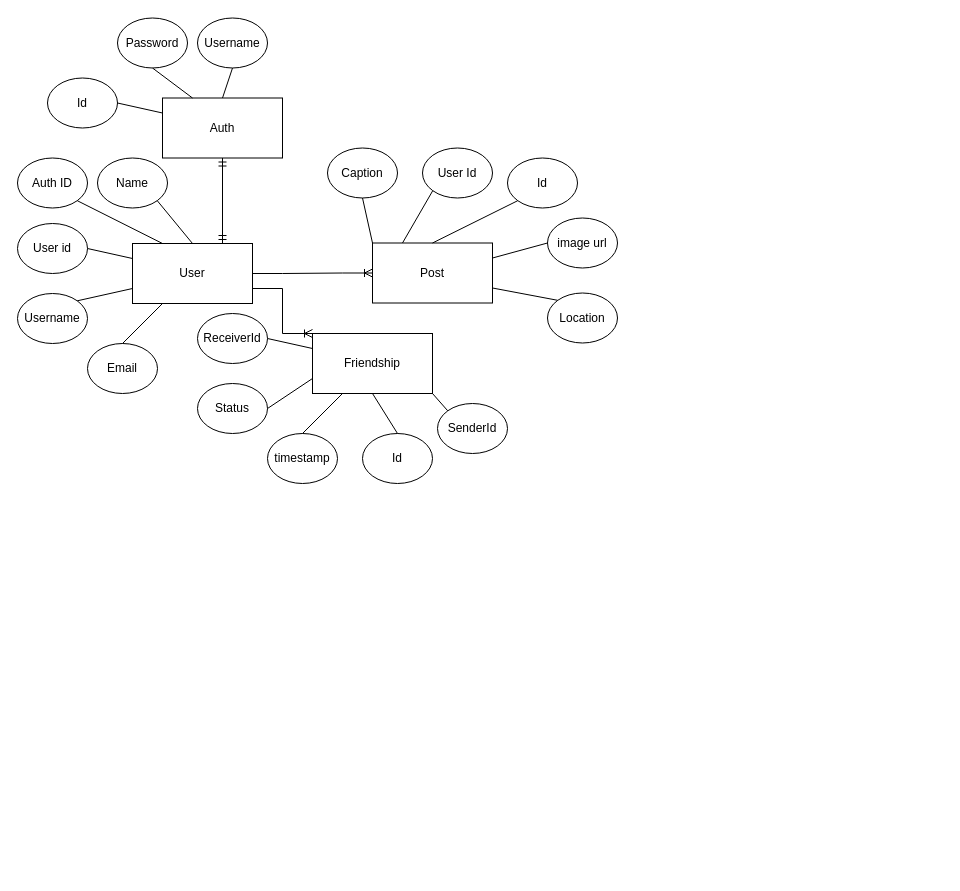
Earlier version of the draw.io diagram socio.drawio (meethariya/Socio). Source tidied: cells renumbered, new cells numbered last; positions are measured from the earlier drawing's top-left corner, leaving out a move shared by most shapes. Both pictures are drawn from the tidied source at 100%, with x=0, y=0 at pixel (17, 17).
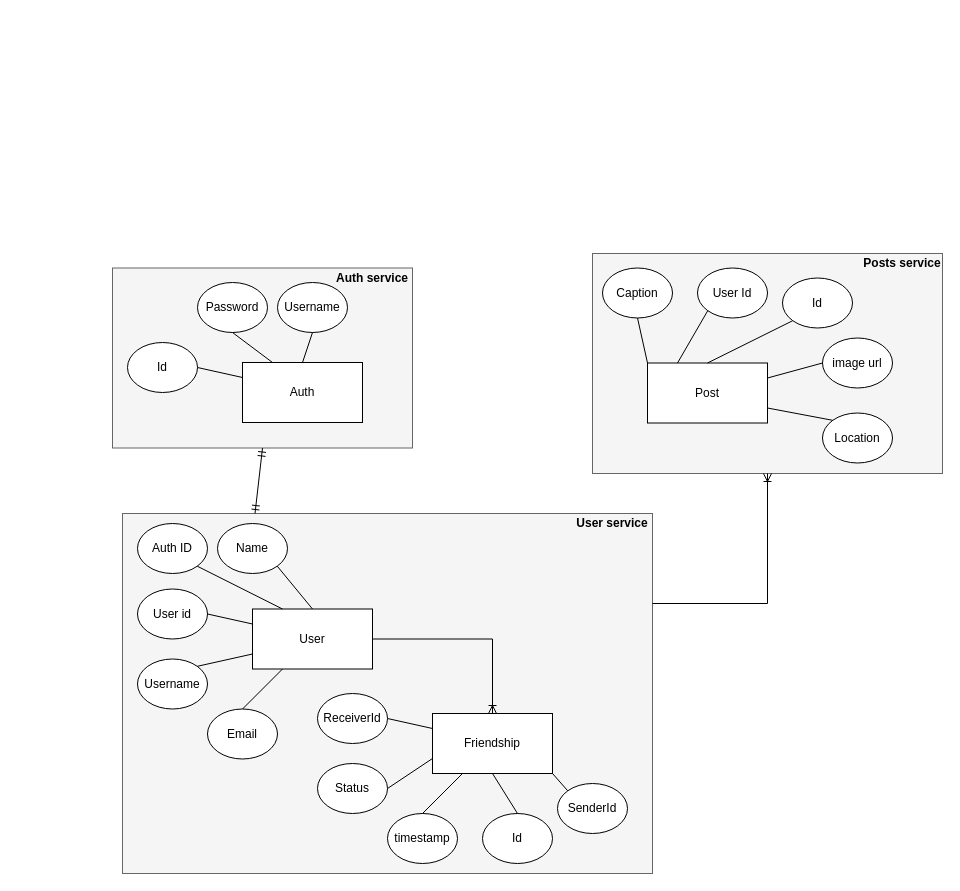
The same page after the edit.

The edit, as a diff of the source:
```diff
@@
+    <mxCell id="45" style="rounded=0;whiteSpace=wrap;html=1;fillColor=#f5f5f5;fontColor=#333333;strokeColor=#666666;" parent="1" vertex="1">
+      <mxGeometry x="575" y="236" width="350" height="220" as="geometry" />
+    </mxCell>
+    <mxCell id="46" style="rounded=0;whiteSpace=wrap;html=1;fillColor=#f5f5f5;fontColor=#333333;strokeColor=#666666;" parent="1" vertex="1">
+      <mxGeometry x="95" y="250.5" width="300" height="180" as="geometry" />
+    </mxCell>
+    <mxCell id="47" style="rounded=0;whiteSpace=wrap;html=1;fillColor=#f5f5f5;strokeColor=#666666;fontColor=#333333;" parent="1" vertex="1">
+      <mxGeometry x="105" y="496" width="530" height="360" as="geometry" />
+    </mxCell>
     <mxCell id="2" value="User" style="rounded=0;whiteSpace=wrap;html=1;" parent="1" vertex="1">
-      <mxGeometry x="115" y="226" width="120" height="60" as="geometry" />
+      <mxGeometry x="235" y="591.5" width="120" height="60" as="geometry" />
     </mxCell>
     <mxCell id="3" value="User id" style="ellipse;whiteSpace=wrap;html=1;" parent="1" vertex="1">
-      <mxGeometry y="206" width="70" height="50" as="geometry" />
+      <mxGeometry x="120" y="571.5" width="70" height="50" as="geometry" />
     </mxCell>
     <mxCell id="4" value="Username" style="ellipse;whiteSpace=wrap;html=1;" parent="1" vertex="1">
-      <mxGeometry y="276" width="70" height="50" as="geometry" />
+      <mxGeometry x="120" y="641.5" width="70" height="50" as="geometry" />
     </mxCell>
     <mxCell id="5" value="Email" style="ellipse;whiteSpace=wrap;html=1;" parent="1" vertex="1">
-      <mxGeometry x="70" y="326" width="70" height="50" as="geometry" />
+      <mxGeometry x="190" y="691.5" width="70" height="50" as="geometry" />
     </mxCell>
     <mxCell id="6" value="Auth ID" style="ellipse;whiteSpace=wrap;html=1;" parent="1" vertex="1">
-      <mxGeometry y="140.5" width="70" height="50" as="geometry" />
+      <mxGeometry x="120" y="506" width="70" height="50" as="geometry" />
     </mxCell>
     <mxCell id="7" value="Name" style="ellipse;whiteSpace=wrap;html=1;" parent="1" vertex="1">
-      <mxGeometry x="80" y="140.5" width="70" height="50" as="geometry" />
+      <mxGeometry x="200" y="506" width="70" height="50" as="geometry" />
     </mxCell>
@@
     <mxCell id="13" value="Post" style="rounded=0;whiteSpace=wrap;html=1;" parent="1" vertex="1">
-      <mxGeometry x="355" y="225.5" width="120" height="60" as="geometry" />
+      <mxGeometry x="630" y="345.5" width="120" height="60" as="geometry" />
     </mxCell>
     <mxCell id="14" value="Caption" style="ellipse;whiteSpace=wrap;html=1;" parent="1" vertex="1">
-      <mxGeometry x="310" y="130.5" width="70" height="50" as="geometry" />
+      <mxGeometry x="585" y="250.5" width="70" height="50" as="geometry" />
     </mxCell>
     <mxCell id="15" value="Location" style="ellipse;whiteSpace=wrap;html=1;" parent="1" vertex="1">
-      <mxGeometry x="530" y="275.5" width="70" height="50" as="geometry" />
+      <mxGeometry x="805" y="395.5" width="70" height="50" as="geometry" />
     </mxCell>
     <mxCell id="16" value="image url" style="ellipse;whiteSpace=wrap;html=1;" parent="1" vertex="1">
-      <mxGeometry x="530" y="200.5" width="70" height="50" as="geometry" />
+      <mxGeometry x="805" y="320.5" width="70" height="50" as="geometry" />
     </mxCell>
     <mxCell id="17" value="User Id" style="ellipse;whiteSpace=wrap;html=1;" parent="1" vertex="1">
-      <mxGeometry x="405" y="130.5" width="70" height="50" as="geometry" />
+      <mxGeometry x="680" y="250.5" width="70" height="50" as="geometry" />
     </mxCell>
     <mxCell id="18" value="Id" style="ellipse;whiteSpace=wrap;html=1;" parent="1" vertex="1">
-      <mxGeometry x="490" y="140.5" width="70" height="50" as="geometry" />
+      <mxGeometry x="765" y="260.5" width="70" height="50" as="geometry" />
     </mxCell>
@@
-    <mxCell id="24" style="edgeStyle=entityRelationEdgeStyle;fontSize=12;html=1;endArrow=ERoneToMany;rounded=0;exitX=1;exitY=0.5;exitDx=0;exitDy=0;entryX=0;entryY=0.5;entryDx=0;entryDy=0;" parent="1" edge="1" source="2" target="13">
+    <mxCell id="24" style="fontSize=12;html=1;endArrow=ERoneToMany;rounded=0;exitX=1;exitY=0.25;exitDx=0;exitDy=0;entryX=0.5;entryY=1;entryDx=0;entryDy=0;edgeStyle=orthogonalEdgeStyle;" parent="1" edge="1" source="47" target="45">
       <mxGeometry relative="1" as="geometry" />
     </mxCell>
+    <mxCell id="37" value="Auth" style="rounded=0;whiteSpace=wrap;html=1;" parent="1" vertex="1">
+      <mxGeometry x="225" y="345" width="120" height="60" as="geometry" />
+    </mxCell>
+    <mxCell id="38" value="Id" style="ellipse;whiteSpace=wrap;html=1;" parent="1" vertex="1">
+      <mxGeometry x="110" y="325" width="70" height="50" as="geometry" />
+    </mxCell>
+    <mxCell id="39" value="Password" style="ellipse;whiteSpace=wrap;html=1;" parent="1" vertex="1">
+      <mxGeometry x="180" y="265" width="70" height="50" as="geometry" />
+    </mxCell>
+    <mxCell id="40" value="Username" style="ellipse;whiteSpace=wrap;html=1;" parent="1" vertex="1">
+      <mxGeometry x="260" y="265" width="70" height="50" as="geometry" />
+    </mxCell>
+    <mxCell id="41" style="endArrow=none;html=1;rounded=0;entryX=0.5;entryY=1;entryDx=0;entryDy=0;exitX=0.25;exitY=0;exitDx=0;exitDy=0;" parent="1" edge="1" source="37" target="39">
+      <mxGeometry relative="1" as="geometry" />
+    </mxCell>
+    <mxCell id="42" style="endArrow=none;html=1;rounded=0;entryX=0.5;entryY=1;entryDx=0;entryDy=0;exitX=0.5;exitY=0;exitDx=0;exitDy=0;" parent="1" edge="1" source="37" target="40">
+      <mxGeometry relative="1" as="geometry" />
+    </mxCell>
+    <mxCell id="43" style="endArrow=none;html=1;rounded=0;entryX=1;entryY=0.5;entryDx=0;entryDy=0;exitX=0;exitY=0.25;exitDx=0;exitDy=0;" parent="1" edge="1" source="37" target="38">
+      <mxGeometry relative="1" as="geometry" />
+    </mxCell>
+    <mxCell id="44" style="fontSize=12;html=1;endArrow=ERmandOne;startArrow=ERmandOne;rounded=0;exitX=0.25;exitY=0;exitDx=0;exitDy=0;entryX=0.5;entryY=1;entryDx=0;entryDy=0;" parent="1" edge="1" source="47" target="46">
+      <mxGeometry relative="1" as="geometry" />
+    </mxCell>
     <mxCell id="25" value="Friendship" style="rounded=0;whiteSpace=wrap;html=1;" parent="1" vertex="1">
-      <mxGeometry x="295" y="316" width="120" height="60" as="geometry" />
+      <mxGeometry x="415" y="696" width="120" height="60" as="geometry" />
     </mxCell>
     <mxCell id="26" value="ReceiverId" style="ellipse;whiteSpace=wrap;html=1;" parent="1" vertex="1">
-      <mxGeometry x="180" y="296" width="70" height="50" as="geometry" />
+      <mxGeometry x="300" y="676" width="70" height="50" as="geometry" />
     </mxCell>
     <mxCell id="27" value="Status" style="ellipse;whiteSpace=wrap;html=1;" parent="1" vertex="1">
-      <mxGeometry x="180" y="366" width="70" height="50" as="geometry" />
+      <mxGeometry x="300" y="746" width="70" height="50" as="geometry" />
     </mxCell>
     <mxCell id="28" value="timestamp" style="ellipse;whiteSpace=wrap;html=1;" parent="1" vertex="1">
-      <mxGeometry x="250" y="416" width="70" height="50" as="geometry" />
+      <mxGeometry x="370" y="796" width="70" height="50" as="geometry" />
     </mxCell>
     <mxCell id="29" value="SenderId" style="ellipse;whiteSpace=wrap;html=1;" parent="1" vertex="1">
-      <mxGeometry x="420" y="386" width="70" height="50" as="geometry" />
+      <mxGeometry x="540" y="766" width="70" height="50" as="geometry" />
     </mxCell>
     <mxCell id="30" value="Id" style="ellipse;whiteSpace=wrap;html=1;" parent="1" vertex="1">
-      <mxGeometry x="345" y="416" width="70" height="50" as="geometry" />
+      <mxGeometry x="465" y="796" width="70" height="50" as="geometry" />
     </mxCell>
@@
-    <mxCell id="36" style="edgeStyle=entityRelationEdgeStyle;fontSize=12;html=1;endArrow=ERoneToMany;rounded=0;exitX=1;exitY=0.75;exitDx=0;exitDy=0;entryX=0;entryY=0;entryDx=0;entryDy=0;" parent="1" edge="1" source="2" target="25">
+    <mxCell id="36" style="edgeStyle=orthogonalEdgeStyle;fontSize=12;html=1;endArrow=ERoneToMany;rounded=0;exitX=1;exitY=0.5;exitDx=0;exitDy=0;entryX=0.5;entryY=0;entryDx=0;entryDy=0;" parent="1" edge="1" source="2" target="25">
       <mxGeometry relative="1" as="geometry" />
     </mxCell>
-    <mxCell id="37" value="Auth" style="rounded=0;whiteSpace=wrap;html=1;" parent="1" vertex="1">
-      <mxGeometry x="145" y="80.5" width="120" height="60" as="geometry" />
-    </mxCell>
-    <mxCell id="38" value="Id" style="ellipse;whiteSpace=wrap;html=1;" parent="1" vertex="1">
-      <mxGeometry x="30" y="60.5" width="70" height="50" as="geometry" />
-    </mxCell>
-    <mxCell id="39" value="Password" style="ellipse;whiteSpace=wrap;html=1;" parent="1" vertex="1">
-      <mxGeometry x="100" y="0.5" width="70" height="50" as="geometry" />
-    </mxCell>
-    <mxCell id="40" value="Username" style="ellipse;whiteSpace=wrap;html=1;" parent="1" vertex="1">
-      <mxGeometry x="180" y="0.5" width="70" height="50" as="geometry" />
-    </mxCell>
-    <mxCell id="41" style="endArrow=none;html=1;rounded=0;entryX=0.5;entryY=1;entryDx=0;entryDy=0;exitX=0.25;exitY=0;exitDx=0;exitDy=0;" parent="1" edge="1" source="37" target="39">
-      <mxGeometry relative="1" as="geometry" />
-    </mxCell>
-    <mxCell id="42" style="endArrow=none;html=1;rounded=0;entryX=0.5;entryY=1;entryDx=0;entryDy=0;exitX=0.5;exitY=0;exitDx=0;exitDy=0;" parent="1" edge="1" source="37" target="40">
-      <mxGeometry relative="1" as="geometry" />
-    </mxCell>
-    <mxCell id="43" style="endArrow=none;html=1;rounded=0;entryX=1;entryY=0.5;entryDx=0;entryDy=0;exitX=0;exitY=0.25;exitDx=0;exitDy=0;" parent="1" edge="1" source="37" target="38">
-      <mxGeometry relative="1" as="geometry" />
-    </mxCell>
-    <mxCell id="44" style="fontSize=12;html=1;endArrow=ERmandOne;startArrow=ERmandOne;rounded=0;exitX=0.75;exitY=0;exitDx=0;exitDy=0;entryX=0.5;entryY=1;entryDx=0;entryDy=0;" parent="1" edge="1" source="2" target="37">
-      <mxGeometry relative="1" as="geometry" />
-    </mxCell>
+    <mxCell id="48" value="&lt;b&gt;Auth service&lt;/b&gt;" style="text;html=1;align=center;verticalAlign=middle;whiteSpace=wrap;rounded=0;" parent="1" vertex="1">
+      <mxGeometry x="315" y="250.5" width="80" height="20" as="geometry" />
+    </mxCell>
+    <mxCell id="49" value="&lt;b&gt;Posts service&lt;/b&gt;" style="text;html=1;align=center;verticalAlign=middle;whiteSpace=wrap;rounded=0;" parent="1" vertex="1">
+      <mxGeometry x="845" y="236" width="80" height="20" as="geometry" />
+    </mxCell>
+    <mxCell id="50" value="&lt;b&gt;User service&lt;/b&gt;" style="text;html=1;align=center;verticalAlign=middle;whiteSpace=wrap;rounded=0;" parent="1" vertex="1">
+      <mxGeometry x="555" y="496" width="80" height="20" as="geometry" />
+    </mxCell>
```
